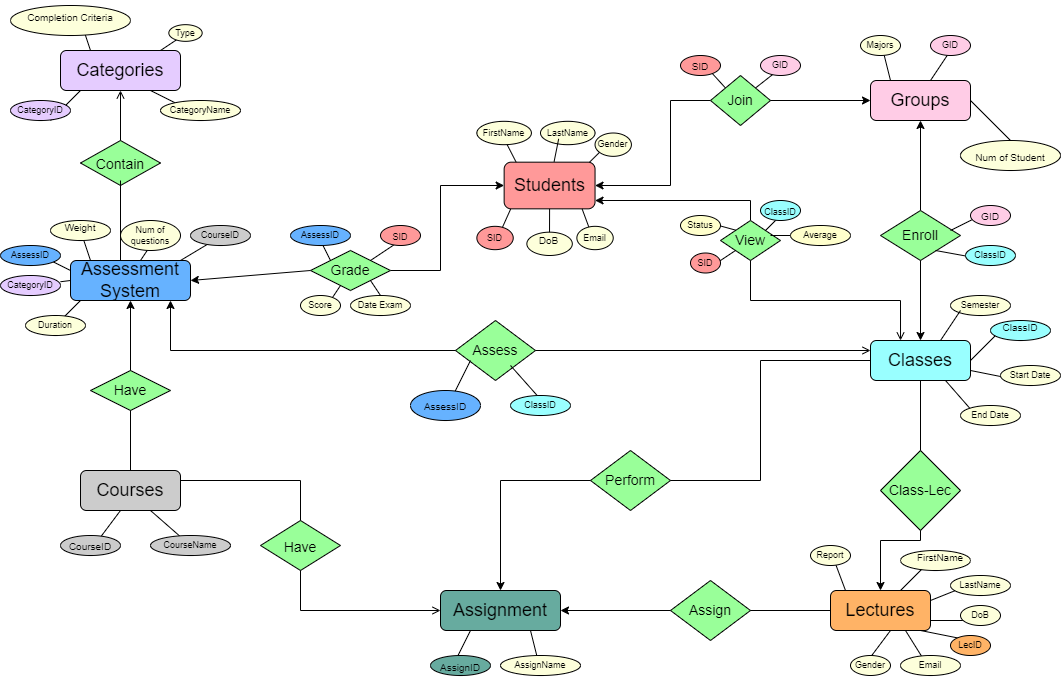
Before: ERD Update 2.drawio.png, a diagram exported from draw.io (Vovietmanh/DBI202-MyAssignment). Source tidied: cells renumbered, new cells last; positions are measured from the earlier drawing's top-left corner, leaving out a move shared by most shapes.
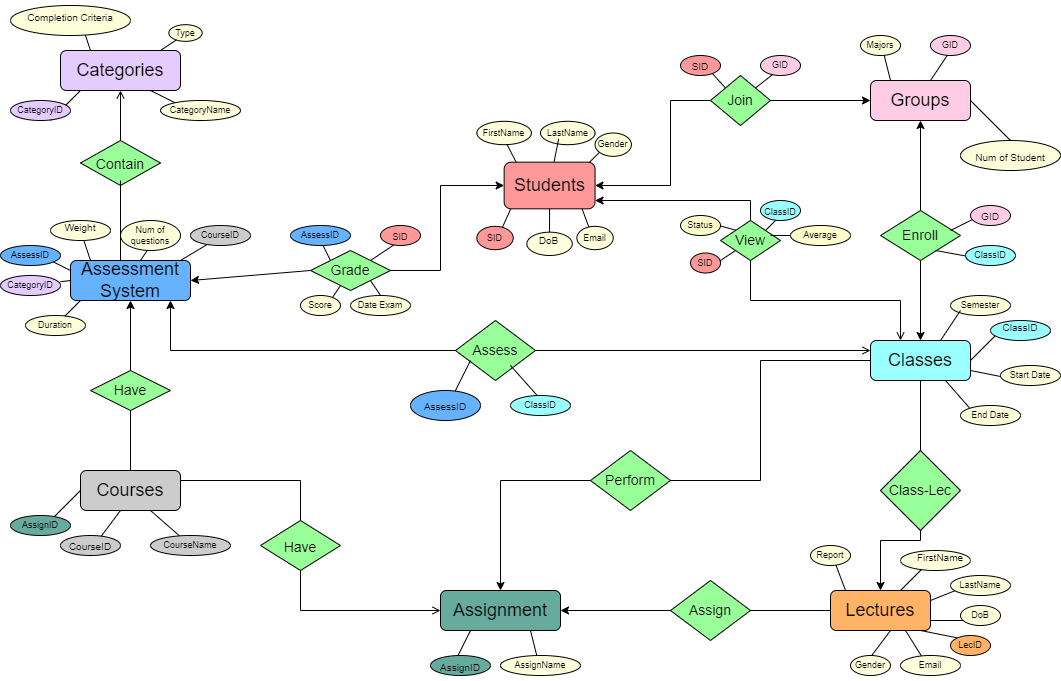
After the change.

Change to the diagram source:
```diff
@@ -899,6 +899,24 @@
     <mxCell id="249" value="AssignName" style="text;html=1;strokeColor=none;fillColor=none;align=center;verticalAlign=middle;whiteSpace=wrap;rounded=0;fontSize=9;" parent="247" vertex="1">
       <mxGeometry x="10" width="60" height="30" as="geometry" />
     </mxCell>
+    <mxCell id="289" style="group;" parent="201" vertex="1">
+      <mxGeometry x="-420" y="-50" width="70" height="50" as="geometry" />
+    </mxCell>
+    <mxCell id="290" style="endArrow=none;html=1;rounded=0;fontSize=9;" parent="289" edge="1">
+      <mxGeometry relative="1" as="geometry">
+        <mxPoint x="30" y="40" as="sourcePoint" />
+        <mxPoint x="70" as="targetPoint" />
+      </mxGeometry>
+    </mxCell>
+    <mxCell id="291" style="group;" parent="289" vertex="1">
+      <mxGeometry y="20" width="60" height="30" as="geometry" />
+    </mxCell>
+    <mxCell id="292" style="ellipse;whiteSpace=wrap;html=1;fontSize=9;fillColor=#67AB9F;" parent="291" vertex="1">
+      <mxGeometry y="5" width="60" height="20" as="geometry" />
+    </mxCell>
+    <mxCell id="293" value="AssignID" style="text;html=1;strokeColor=none;fillColor=none;align=center;verticalAlign=middle;whiteSpace=wrap;rounded=0;fontSize=9;" parent="291" vertex="1">
+      <mxGeometry width="60" height="30" as="geometry" />
+    </mxCell>
     <mxCell id="250" style="endArrow=classic;html=1;rounded=0;fontSize=9;" parent="1" edge="1">
       <mxGeometry relative="1" as="geometry">
         <mxPoint x="460" y="350" as="sourcePoint" />
```
